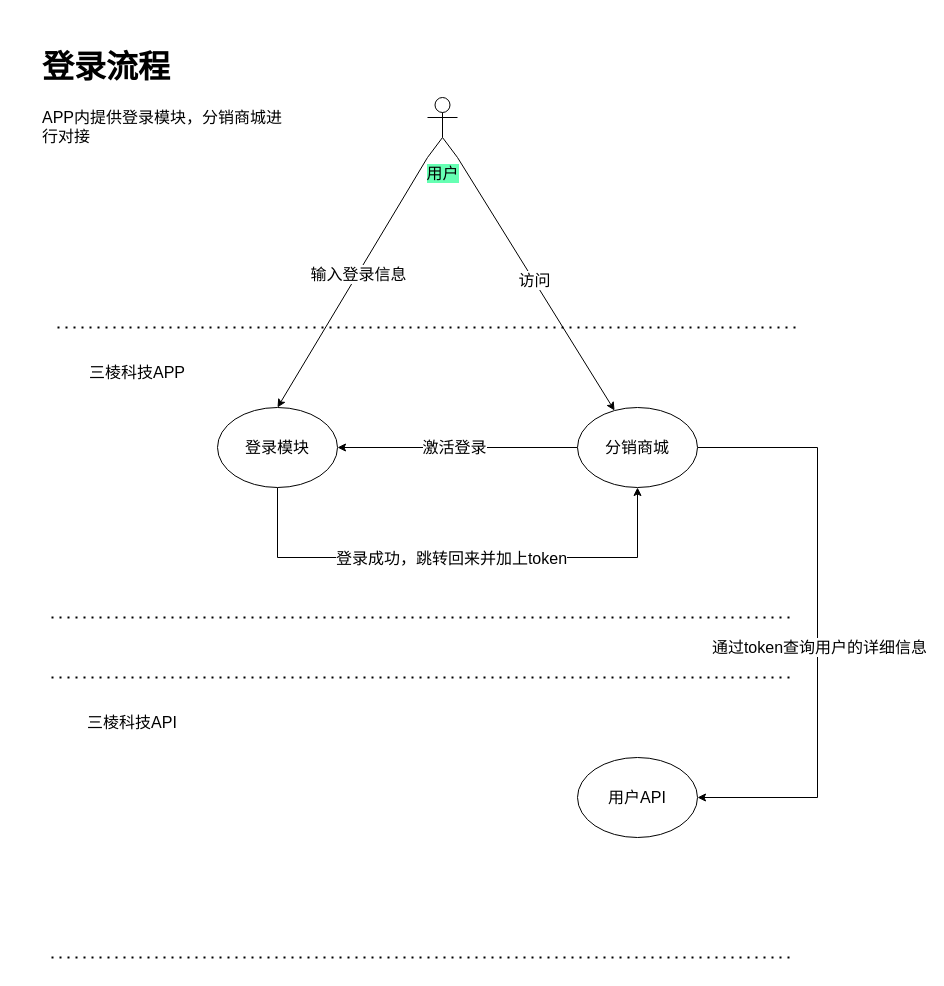
The draw.io diagram 北京三棱科技-项目对接流程.drawio in lycwukang/diagrams, before the edit. Source tidied: cells renumbered, new cells numbered last; positions are measured from the earlier drawing's top-left corner, leaving out a move shared by most shapes. Both pictures are drawn from the tidied source at 100%, with x=0, y=0 at pixel (37, 37).
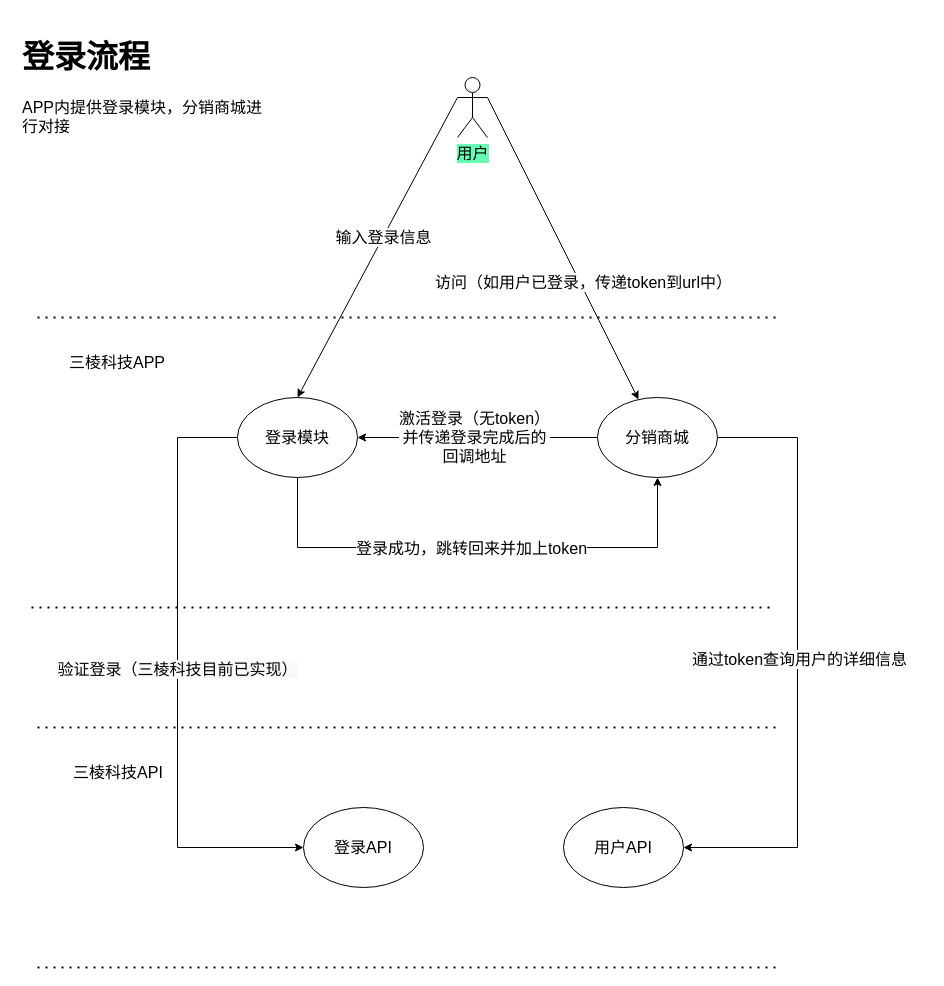
Above is the later version.

Commit message (it also covers changes not shown here):
更新北京三棱科技-项目对接流程.drawio

The change refers to these unchanged cells:
```xml
<mxCell id="12" style="edgeStyle=none;rounded=0;jettySize=auto;html=1;exitX=0;exitY=0.5;exitDx=0;exitDy=0;fontSize=16;" parent="1" edge="1" source="16" target="6">
  <mxGeometry relative="1" as="geometry" />
</mxCell>
```

What changed in the source:
```diff
@@
     <mxCell id="2" style="endArrow=none;dashed=1;html=1;dashPattern=1 3;strokeWidth=2;" parent="1" edge="1">
       <mxGeometry relative="1" as="geometry">
-        <mxPoint x="20" y="290" as="sourcePoint" />
-        <mxPoint x="760" y="290" as="targetPoint" />
+        <mxPoint y="280" as="sourcePoint" />
+        <mxPoint x="740" y="280" as="targetPoint" />
       </mxGeometry>
     </mxCell>
     <mxCell id="3" value="三棱科技APP" style="text;html=1;strokeColor=none;fillColor=none;align=center;verticalAlign=middle;whiteSpace=wrap;rounded=0;fontSize=16;" parent="1" vertex="1">
-      <mxGeometry x="30" y="320" width="140" height="30" as="geometry" />
+      <mxGeometry x="10" y="310" width="140" height="30" as="geometry" />
     </mxCell>
     <mxCell id="4" style="edgeStyle=orthogonalEdgeStyle;rounded=0;jettySize=auto;html=1;exitX=0.5;exitY=1;exitDx=0;exitDy=0;entryX=0.5;entryY=1;entryDx=0;entryDy=0;fontSize=16;" parent="1" edge="1" source="6" target="16">
       <mxGeometry relative="1" as="geometry">
         <Array as="points">
-          <mxPoint x="240" y="520" />
-          <mxPoint x="600" y="520" />
+          <mxPoint x="260" y="510" />
+          <mxPoint x="620" y="510" />
         </Array>
       </mxGeometry>
     </mxCell>
@@
+    <mxCell id="23" style="edgeStyle=orthogonalEdgeStyle;rounded=0;jettySize=auto;html=1;exitX=0;exitY=0.5;exitDx=0;exitDy=0;entryX=0;entryY=0.5;entryDx=0;entryDy=0;fontSize=16;" parent="1" edge="1" source="6" target="25">
+      <mxGeometry relative="1" as="geometry">
+        <Array as="points">
+          <mxPoint x="140" y="400" />
+          <mxPoint x="140" y="810" />
+        </Array>
+      </mxGeometry>
+    </mxCell>
+    <mxCell id="24" value="验证登录（&lt;span style=&quot;background-color: rgb(248 , 249 , 250)&quot;&gt;三棱科技目前已实现）&lt;/span&gt;" style="edgeLabel;html=1;align=center;verticalAlign=middle;fontSize=16;rotation=0;" parent="23" vertex="1">
+      <mxGeometry x="-0.1" y="-1" relative="1" as="geometry">
+        <mxPoint y="23" as="offset" />
+      </mxGeometry>
+    </mxCell>
     <mxCell id="6" value="登录模块" style="ellipse;whiteSpace=wrap;html=1;fontSize=16;" parent="1" vertex="1">
-      <mxGeometry x="180" y="370" width="120" height="80" as="geometry" />
+      <mxGeometry x="200" y="360" width="120" height="80" as="geometry" />
     </mxCell>
-    <mxCell id="7" style="rounded=0;jettySize=auto;html=1;exitX=1;exitY=1;exitDx=0;exitDy=0;exitPerimeter=0;fontSize=16;" parent="1" edge="1" source="11" target="16">
+    <mxCell id="7" style="rounded=0;jettySize=auto;html=1;exitX=1;exitY=0.3333333333333333;exitDx=0;exitDy=0;exitPerimeter=0;fontSize=16;" parent="1" edge="1" source="11" target="16">
       <mxGeometry relative="1" as="geometry" />
     </mxCell>
-    <mxCell id="8" value="访问" style="edgeLabel;html=1;align=center;verticalAlign=middle;fontSize=16;" parent="7" vertex="1">
+    <mxCell id="8" value="访问（如用户已登录，传递token到url中）" style="edgeLabel;html=1;align=center;verticalAlign=middle;fontSize=16;" parent="7" vertex="1">
       <mxGeometry x="-0.03" relative="1" as="geometry">
-        <mxPoint x="1" as="offset" />
+        <mxPoint x="22.2" y="38" as="offset" />
       </mxGeometry>
     </mxCell>
-    <mxCell id="9" style="edgeStyle=none;rounded=0;jettySize=auto;html=1;exitX=0;exitY=1;exitDx=0;exitDy=0;exitPerimeter=0;entryX=0.5;entryY=0;entryDx=0;entryDy=0;fontSize=16;" parent="1" edge="1" source="11" target="6">
+    <mxCell id="9" style="edgeStyle=none;rounded=0;jettySize=auto;html=1;exitX=0;exitY=0.3333333333333333;exitDx=0;exitDy=0;exitPerimeter=0;entryX=0.5;entryY=0;entryDx=0;entryDy=0;fontSize=16;" parent="1" edge="1" source="11" target="6">
       <mxGeometry relative="1" as="geometry" />
     </mxCell>
@@
     <mxCell id="11" value="用户" style="shape=umlActor;verticalLabelPosition=bottom;verticalAlign=top;html=1;outlineConnect=0;fontSize=16;labelBackgroundColor=#66FFB3;" parent="1" vertex="1">
-      <mxGeometry x="390" y="60" width="30" height="60" as="geometry" />
+      <mxGeometry x="420" y="40" width="30" height="60" as="geometry" />
     </mxCell>
@@
-    <mxCell id="13" value="激活登录" style="edgeLabel;html=1;align=center;verticalAlign=middle;fontSize=16;" parent="12" vertex="1">
+    <mxCell id="13" value="激活登录（无token）&lt;br&gt;并传递登录完成后的&lt;br&gt;回调地址" style="edgeLabel;html=1;align=center;verticalAlign=middle;fontSize=16;" parent="12" vertex="1">
       <mxGeometry x="0.03" y="-1" relative="1" as="geometry" />
     </mxCell>
     <mxCell id="14" style="edgeStyle=orthogonalEdgeStyle;rounded=0;jettySize=auto;html=1;exitX=1;exitY=0.5;exitDx=0;exitDy=0;entryX=1;entryY=0.5;entryDx=0;entryDy=0;fontSize=16;" parent="1" edge="1" source="16" target="22">
       <mxGeometry relative="1" as="geometry">
         <Array as="points">
-          <mxPoint x="780" y="410" />
-          <mxPoint x="780" y="760" />
+          <mxPoint x="760" y="400" />
+          <mxPoint x="760" y="810" />
         </Array>
       </mxGeometry>
     </mxCell>
-    <mxCell id="15" value="通过token查询用户的详细信息" style="edgeLabel;html=1;align=center;verticalAlign=middle;fontSize=16;" parent="14" vertex="1">
-      <mxGeometry x="0.08" y="1" relative="1" as="geometry" />
+    <mxCell id="15" value="通过token查询用户的详细信息" style="edgeLabel;html=1;align=center;verticalAlign=middle;fontSize=16;rotation=0;" parent="14" vertex="1">
+      <mxGeometry x="0.08" y="1" relative="1" as="geometry">
+        <mxPoint y="-25" as="offset" />
+      </mxGeometry>
     </mxCell>
     <mxCell id="16" value="分销商城" style="ellipse;whiteSpace=wrap;html=1;fontSize=16;" parent="1" vertex="1">
-      <mxGeometry x="540" y="370" width="120" height="80" as="geometry" />
+      <mxGeometry x="560" y="360" width="120" height="80" as="geometry" />
     </mxCell>
     <mxCell id="17" style="endArrow=none;dashed=1;html=1;dashPattern=1 3;strokeWidth=2;" parent="1" edge="1">
       <mxGeometry relative="1" as="geometry">
-        <mxPoint x="14" y="580" as="sourcePoint" />
-        <mxPoint x="754" y="580" as="targetPoint" />
+        <mxPoint x="-6" y="570" as="sourcePoint" />
+        <mxPoint x="734" y="570" as="targetPoint" />
       </mxGeometry>
     </mxCell>
     <mxCell id="18" value="&lt;h1&gt;登录流程&lt;/h1&gt;&lt;p&gt;APP内提供登录模块，分销商城进行对接&lt;/p&gt;" style="text;html=1;strokeColor=none;fillColor=none;spacing=5;spacingTop=-20;whiteSpace=wrap;overflow=hidden;rounded=0;fontSize=16;" parent="1" vertex="1">
-      <mxGeometry width="260" height="150" as="geometry" />
+      <mxGeometry x="-20" y="-10" width="260" height="150" as="geometry" />
     </mxCell>
     <mxCell id="19" style="endArrow=none;dashed=1;html=1;dashPattern=1 3;strokeWidth=2;" parent="1" edge="1">
       <mxGeometry relative="1" as="geometry">
-        <mxPoint x="14" y="640" as="sourcePoint" />
-        <mxPoint x="754" y="640" as="targetPoint" />
+        <mxPoint y="690" as="sourcePoint" />
+        <mxPoint x="740" y="690" as="targetPoint" />
       </mxGeometry>
     </mxCell>
     <mxCell id="20" style="endArrow=none;dashed=1;html=1;dashPattern=1 3;strokeWidth=2;" parent="1" edge="1">
       <mxGeometry relative="1" as="geometry">
-        <mxPoint x="14" y="920" as="sourcePoint" />
-        <mxPoint x="754" y="920" as="targetPoint" />
+        <mxPoint y="930" as="sourcePoint" />
+        <mxPoint x="740" y="930" as="targetPoint" />
       </mxGeometry>
     </mxCell>
     <mxCell id="21" value="三棱科技API" style="text;html=1;strokeColor=none;fillColor=none;align=center;verticalAlign=middle;whiteSpace=wrap;rounded=0;fontSize=16;" parent="1" vertex="1">
-      <mxGeometry x="30" y="670" width="130" height="30" as="geometry" />
+      <mxGeometry x="16" y="720" width="130" height="30" as="geometry" />
     </mxCell>
     <mxCell id="22" value="用户API" style="ellipse;whiteSpace=wrap;html=1;fontSize=16;" parent="1" vertex="1">
-      <mxGeometry x="540" y="720" width="120" height="80" as="geometry" />
+      <mxGeometry x="526" y="770" width="120" height="80" as="geometry" />
     </mxCell>
+    <mxCell id="25" value="登录API" style="ellipse;whiteSpace=wrap;html=1;fontSize=16;" parent="1" vertex="1">
+      <mxGeometry x="266" y="770" width="120" height="80" as="geometry" />
+    </mxCell>
```
